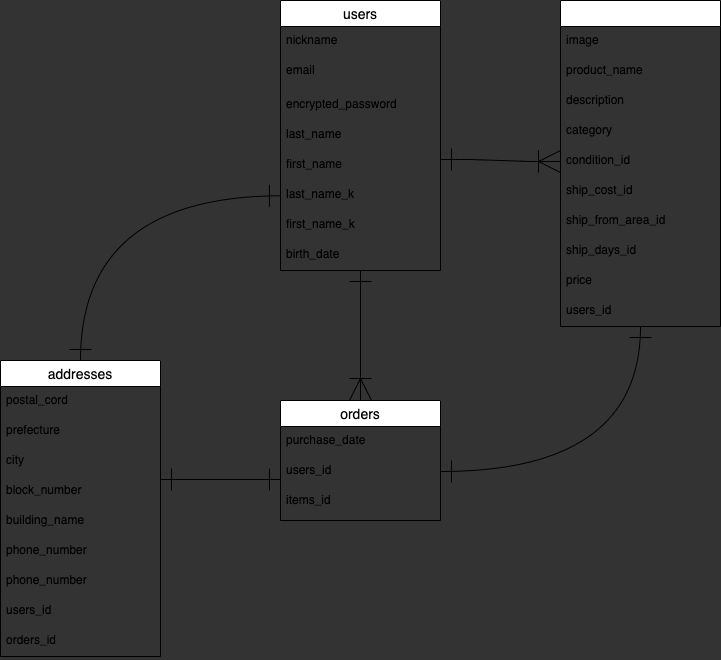
Above: ER.drawio.png in simai923/furima-32051 (draw.io), before the change. Source tidied: cells renumbered, new cells last; positions are measured from the earlier drawing's top-left corner, leaving out a move shared by most shapes.
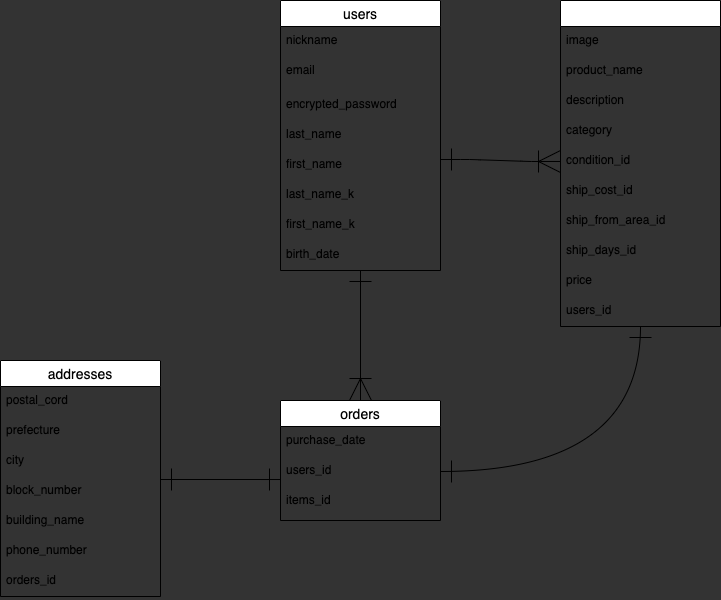
Later version of the same file.

Commit message:
テーブル、ER図 修正

The edit, as a diff of the source:
```diff
@@ -88,18 +88,11 @@
     <mxCell id="28" value="birth_date" style="text;strokeColor=none;fillColor=none;spacingLeft=4;spacingRight=4;overflow=hidden;fontSize=12;" parent="20" vertex="1">
       <mxGeometry y="240" width="160" height="30" as="geometry" />
     </mxCell>
-    <mxCell id="29" style="endArrow=ERone;html=1;exitX=0.5;exitY=0;exitDx=0;exitDy=0;curved=1;startArrow=ERone;startFill=0;endFill=0;endSize=20;startSize=20;" parent="1" edge="1" source="31" target="26">
-      <mxGeometry relative="1" as="geometry">
-        <Array as="points">
-          <mxPoint x="80" y="196" />
-        </Array>
-      </mxGeometry>
-    </mxCell>
     <mxCell id="30" style="endArrow=ERone;html=1;rounded=0;entryX=0;entryY=0.767;entryDx=0;entryDy=0;entryPerimeter=0;exitX=1;exitY=0.1;exitDx=0;exitDy=0;exitPerimeter=0;startArrow=ERone;startFill=0;endFill=0;endSize=20;startSize=20;" parent="1" edge="1" source="35" target="5">
       <mxGeometry relative="1" as="geometry" />
     </mxCell>
     <mxCell id="31" value="addresses" style="swimlane;fontStyle=0;horizontal=1;startSize=26;align=center;fontSize=14;" parent="1" vertex="1">
-      <mxGeometry y="360" width="160" height="296" as="geometry" />
+      <mxGeometry y="360" width="160" height="236" as="geometry" />
     </mxCell>
     <mxCell id="32" value="postal_cord" style="text;strokeColor=none;fillColor=none;spacingLeft=4;spacingRight=4;overflow=hidden;fontSize=12;" parent="31" vertex="1">
       <mxGeometry y="26" width="160" height="30" as="geometry" />
@@ -116,17 +109,11 @@
     <mxCell id="36" value="building_name" style="text;strokeColor=none;fillColor=none;spacingLeft=4;spacingRight=4;overflow=hidden;fontSize=12;" parent="31" vertex="1">
       <mxGeometry y="146" width="160" height="30" as="geometry" />
     </mxCell>
-    <mxCell id="37" value="phone_number" style="text;strokeColor=none;fillColor=none;spacingLeft=4;spacingRight=4;overflow=hidden;fontSize=12;" parent="31" vertex="1">
-      <mxGeometry y="176" width="160" height="30" as="geometry" />
-    </mxCell>
     <mxCell id="38" value="phone_number" style="text;strokeColor=none;fillColor=none;spacingLeft=4;spacingRight=4;overflow=hidden;fontSize=12;" parent="31" vertex="1">
-      <mxGeometry y="206" width="160" height="30" as="geometry" />
+      <mxGeometry y="176" width="160" height="30" as="geometry" />
     </mxCell>
-    <mxCell id="39" value="users_id" style="text;strokeColor=none;fillColor=none;spacingLeft=4;spacingRight=4;overflow=hidden;fontSize=12;" parent="31" vertex="1">
-      <mxGeometry y="236" width="160" height="30" as="geometry" />
-    </mxCell>
     <mxCell id="40" value="orders_id" style="text;strokeColor=none;fillColor=none;spacingLeft=4;spacingRight=4;overflow=hidden;fontSize=12;" parent="31" vertex="1">
-      <mxGeometry y="266" width="160" height="30" as="geometry" />
+      <mxGeometry y="206" width="160" height="30" as="geometry" />
     </mxCell>
   </root>
 </mxGraphModel>
```
